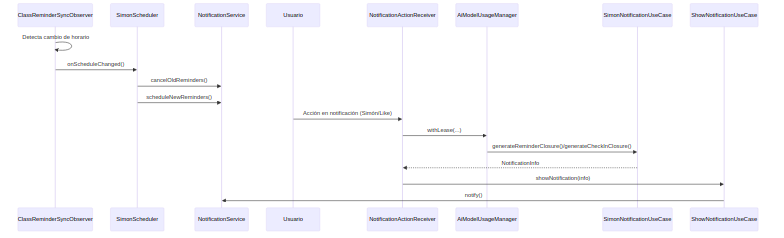
Above: images/diagrams/cap4_f7_secuencia_ia_recordatorios_part2.png in smith-3/Taller-Grado-II (Mermaid), before the change. Its source is kept beside it as images/diagrams/cap4_f7_secuencia_ia_recordatorios_part2.mmd. Source of this version:
```mermaid
sequenceDiagram
    participant OBS as ClassReminderSyncObserver
    participant SIMON as SimonScheduler
    participant NOTIF as NotificationService
    participant U as Usuario
    participant REC as NotificationActionReceiver
    participant AIU as AiModelUsageManager
    participant USE as SimonNotificationUseCase
    participant SHOW as ShowNotificationUseCase

    OBS->>OBS: Detecta cambio de horario
    OBS->>SIMON: onScheduleChanged()
    SIMON->>NOTIF: cancelOldReminders()
    SIMON->>NOTIF: scheduleNewReminders()

    U->>REC: Acción en notificación (Simón/Like)
    REC->>AIU: withLease(...)
    AIU->>USE: generateReminderClosure()/generateCheckInClosure()
    USE-->>REC: NotificationInfo
    REC->>SHOW: showNotification(info)
    SHOW->>NOTIF: notify()
```
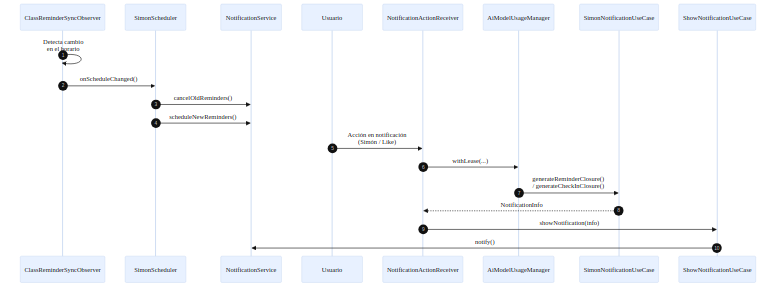
After the change.

The edit, as a diff of the source:
```diff
@@ -1,4 +1,13 @@
+%%{init: {
+  "theme": "base",
+  "themeVariables": {
+    "fontFamily": "Arial, sans-serif",
+    "fontSize": "14px"
+  }
+}}%%
 sequenceDiagram
+    autonumber
+
     participant OBS as ClassReminderSyncObserver
     participant SIMON as SimonScheduler
     participant NOTIF as NotificationService
@@ -8,14 +17,16 @@
     participant USE as SimonNotificationUseCase
     participant SHOW as ShowNotificationUseCase
 
-    OBS->>OBS: Detecta cambio de horario
+    OBS->>OBS: Detecta cambio<br/>en el horario
     OBS->>SIMON: onScheduleChanged()
     SIMON->>NOTIF: cancelOldReminders()
     SIMON->>NOTIF: scheduleNewReminders()
 
-    U->>REC: Acción en notificación (Simón/Like)
+    U->>REC: Acción en notificación<br/>(Simón / Like)
+
     REC->>AIU: withLease(...)
-    AIU->>USE: generateReminderClosure()/generateCheckInClosure()
+    AIU->>USE: generateReminderClosure()<br/>/ generateCheckInClosure()
     USE-->>REC: NotificationInfo
+
     REC->>SHOW: showNotification(info)
     SHOW->>NOTIF: notify()
```
